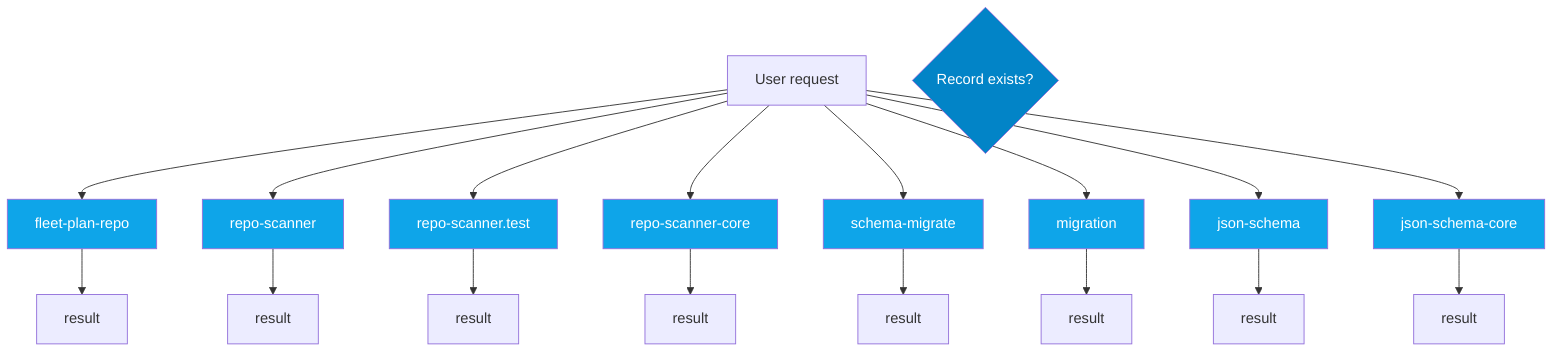
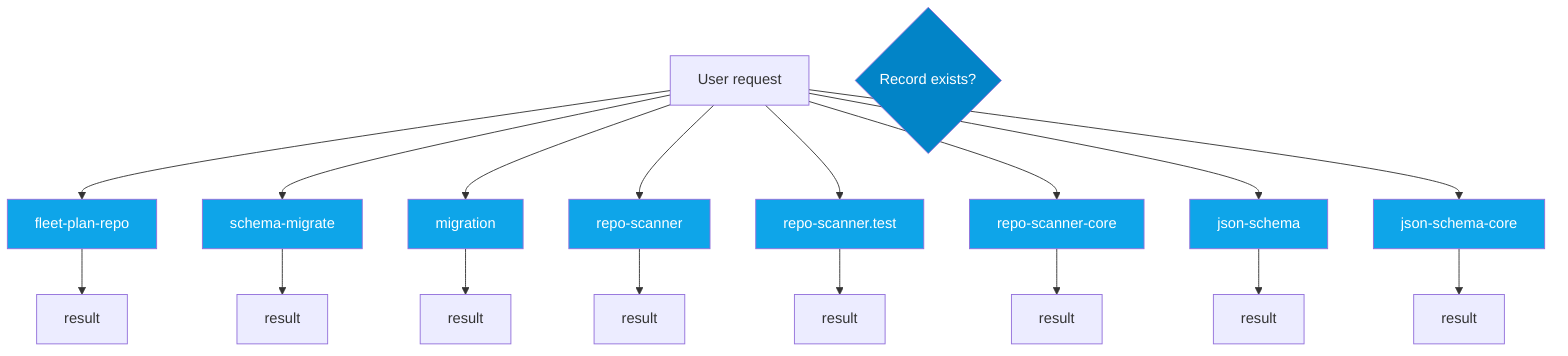
flowchart TD
  UserRequest["User request"]
  Decision{Record exists?}
  fleet_plan_repo_ecdc6499["fleet-plan-repo"]
  UserRequest --> fleet_plan_repo_ecdc6499
  fleet_plan_repo_ecdc6499 --> fleet_plan_repo_ecdc6499_result["result"]
+   schema_migrate_c0646635["schema-migrate"]
+   UserRequest --> schema_migrate_c0646635
+   schema_migrate_c0646635 --> schema_migrate_c0646635_result["result"]
+   migration_8a6cead4["migration"]
+   UserRequest --> migration_8a6cead4
+   migration_8a6cead4 --> migration_8a6cead4_result["result"]
  repo_scanner_a8b2579e["repo-scanner"]
  UserRequest --> repo_scanner_a8b2579e
  repo_scanner_a8b2579e --> repo_scanner_a8b2579e_result["result"]
  repo_scanner_test_cb7e9d00["repo-scanner.test"]
  UserRequest --> repo_scanner_test_cb7e9d00
  repo_scanner_test_cb7e9d00 --> repo_scanner_test_cb7e9d00_result["result"]
  repo_scanner_core_8e9f7646["repo-scanner-core"]
  UserRequest --> repo_scanner_core_8e9f7646
  repo_scanner_core_8e9f7646 --> repo_scanner_core_8e9f7646_result["result"]
-   schema_migrate_c0646635["schema-migrate"]
-   UserRequest --> schema_migrate_c0646635
-   schema_migrate_c0646635 --> schema_migrate_c0646635_result["result"]
-   migration_8a6cead4["migration"]
-   UserRequest --> migration_8a6cead4
-   migration_8a6cead4 --> migration_8a6cead4_result["result"]
  json_schema_74a768d7["json-schema"]
  UserRequest --> json_schema_74a768d7
  json_schema_74a768d7 --> json_schema_74a768d7_result["result"]
  json_schema_core_96d7e328["json-schema-core"]
  UserRequest --> json_schema_core_96d7e328
  json_schema_core_96d7e328 --> json_schema_core_96d7e328_result["result"]
  classDef dbNode fill:#0ea5e9,color:#fff
-   class fleet_plan_repo_ecdc6499,repo_scanner_a8b2579e,repo_scanner_test_cb7e9d00,repo_scanner_core_8e9f7646,schema_migrate_c0646635,migration_8a6cead4,json_schema_74a768d7,json_schema_core_96d7e328 dbNode
+   class fleet_plan_repo_ecdc6499,schema_migrate_c0646635,migration_8a6cead4,repo_scanner_a8b2579e,repo_scanner_test_cb7e9d00,repo_scanner_core_8e9f7646,json_schema_74a768d7,json_schema_core_96d7e328 dbNode
  classDef decisionNode fill:#0284c7,color:#fff
  class Decision decisionNode
